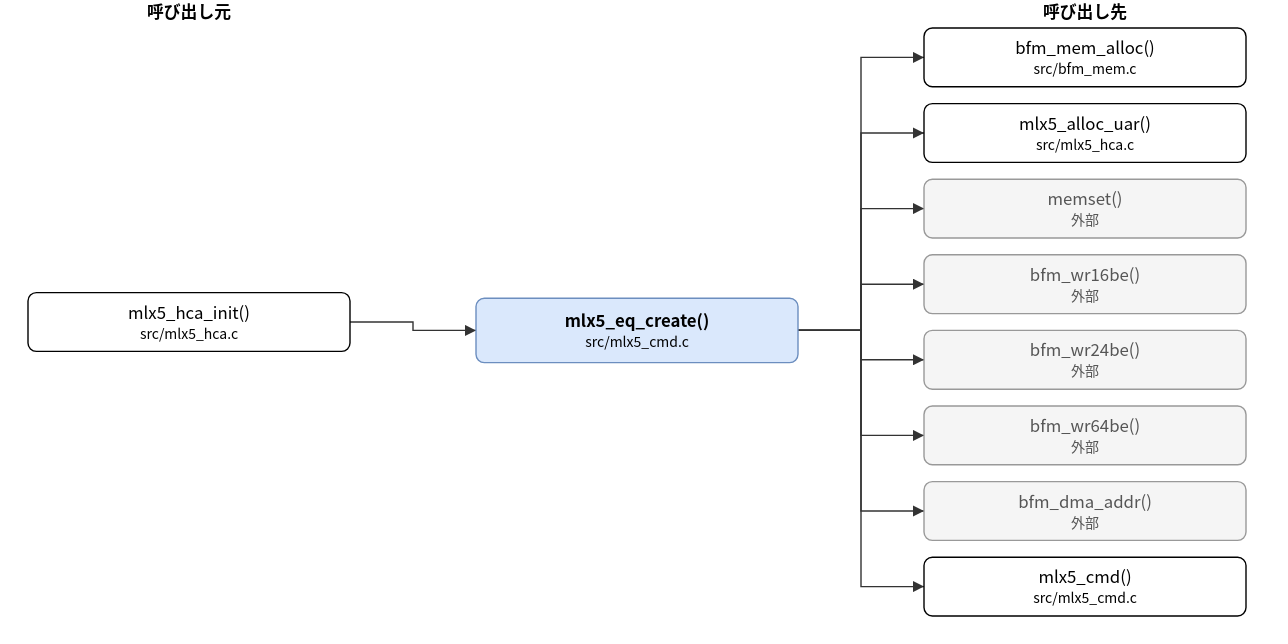
hf355051012-ai/bfmem keeps this draw.io diagram as doc/spec/images/call_src_mlx5_cmd-mlx5_eq_create.drawio.svg. Above is the earlier version. Source tidied: cells renumbered, new cells last; positions are measured from the earlier drawing's top-left corner, leaving out a move shared by most shapes. The source it was exported from:
```xml
<mxGraphModel>
  <root>
    <mxCell id="0" />
    <mxCell id="1" parent="0" />
    <mxCell id="2" value="mlx5_eq_create()&lt;br&gt;&lt;font style=&quot;font-size:10px&quot;&gt;src/mlx5_cmd.c&lt;/font&gt;" style="rounded=1;whiteSpace=wrap;html=1;fillColor=#dae8fc;strokeColor=#6c8ebf;fontStyle=1;" parent="1" vertex="1">
      <mxGeometry x="320" y="213" width="230" height="46" as="geometry" />
    </mxCell>
    <mxCell id="3" value="mlx5_hca_init()&lt;br&gt;&lt;font style=&quot;font-size:10px&quot;&gt;src/mlx5_hca.c&lt;/font&gt;" style="rounded=1;whiteSpace=wrap;html=1;" parent="1" vertex="1">
      <mxGeometry y="209" width="230" height="42" as="geometry" />
    </mxCell>
    <mxCell id="4" value="bfm_mem_alloc()&lt;br&gt;&lt;font style=&quot;font-size:10px&quot;&gt;src/bfm_mem.c&lt;/font&gt;" style="rounded=1;whiteSpace=wrap;html=1;" parent="1" vertex="1">
      <mxGeometry x="640" y="20" width="230" height="42" as="geometry" />
    </mxCell>
    <mxCell id="5" value="mlx5_alloc_uar()&lt;br&gt;&lt;font style=&quot;font-size:10px&quot;&gt;src/mlx5_hca.c&lt;/font&gt;" style="rounded=1;whiteSpace=wrap;html=1;" parent="1" vertex="1">
      <mxGeometry x="640" y="74" width="230" height="42" as="geometry" />
    </mxCell>
    <mxCell id="6" value="memset()&lt;br&gt;&lt;font style=&quot;font-size:10px&quot;&gt;外部&lt;/font&gt;" style="rounded=1;whiteSpace=wrap;html=1;fillColor=#f5f5f5;strokeColor=#999999;fontColor=#555555;" parent="1" vertex="1">
      <mxGeometry x="640" y="128" width="230" height="42" as="geometry" />
    </mxCell>
    <mxCell id="7" value="bfm_wr16be()&lt;br&gt;&lt;font style=&quot;font-size:10px&quot;&gt;外部&lt;/font&gt;" style="rounded=1;whiteSpace=wrap;html=1;fillColor=#f5f5f5;strokeColor=#999999;fontColor=#555555;" parent="1" vertex="1">
      <mxGeometry x="640" y="182" width="230" height="42" as="geometry" />
    </mxCell>
    <mxCell id="8" value="bfm_wr24be()&lt;br&gt;&lt;font style=&quot;font-size:10px&quot;&gt;外部&lt;/font&gt;" style="rounded=1;whiteSpace=wrap;html=1;fillColor=#f5f5f5;strokeColor=#999999;fontColor=#555555;" parent="1" vertex="1">
      <mxGeometry x="640" y="236" width="230" height="42" as="geometry" />
    </mxCell>
    <mxCell id="9" value="bfm_wr64be()&lt;br&gt;&lt;font style=&quot;font-size:10px&quot;&gt;外部&lt;/font&gt;" style="rounded=1;whiteSpace=wrap;html=1;fillColor=#f5f5f5;strokeColor=#999999;fontColor=#555555;" parent="1" vertex="1">
      <mxGeometry x="640" y="290" width="230" height="42" as="geometry" />
    </mxCell>
    <mxCell id="10" value="bfm_dma_addr()&lt;br&gt;&lt;font style=&quot;font-size:10px&quot;&gt;外部&lt;/font&gt;" style="rounded=1;whiteSpace=wrap;html=1;fillColor=#f5f5f5;strokeColor=#999999;fontColor=#555555;" parent="1" vertex="1">
      <mxGeometry x="640" y="344" width="230" height="42" as="geometry" />
    </mxCell>
    <mxCell id="11" value="mlx5_cmd()&lt;br&gt;&lt;font style=&quot;font-size:10px&quot;&gt;src/mlx5_cmd.c&lt;/font&gt;" style="rounded=1;whiteSpace=wrap;html=1;" parent="1" vertex="1">
      <mxGeometry x="640" y="398" width="230" height="42" as="geometry" />
    </mxCell>
    <mxCell id="12" style="edgeStyle=none;html=1;rounded=0;endArrow=block;endFill=1;exitX=1.0000;exitY=0.5000;exitDx=0;exitDy=0;exitPerimeter=0;entryX=0.0000;entryY=0.5000;entryDx=0;entryDy=0;entryPerimeter=0;" parent="1" edge="1" source="3" target="2">
      <mxGeometry relative="1" as="geometry">
        <Array as="points">
          <mxPoint x="275" y="230" />
          <mxPoint x="275" y="236" />
        </Array>
      </mxGeometry>
    </mxCell>
    <mxCell id="13" style="edgeStyle=none;html=1;rounded=0;endArrow=block;endFill=1;exitX=1.0000;exitY=0.5000;exitDx=0;exitDy=0;exitPerimeter=0;entryX=0.0000;entryY=0.5000;entryDx=0;entryDy=0;entryPerimeter=0;" parent="1" edge="1" source="2" target="4">
      <mxGeometry relative="1" as="geometry">
        <Array as="points">
          <mxPoint x="595" y="236" />
          <mxPoint x="595" y="41" />
        </Array>
      </mxGeometry>
    </mxCell>
    <mxCell id="14" style="edgeStyle=none;html=1;rounded=0;endArrow=block;endFill=1;exitX=1.0000;exitY=0.5000;exitDx=0;exitDy=0;exitPerimeter=0;entryX=0.0000;entryY=0.5000;entryDx=0;entryDy=0;entryPerimeter=0;" parent="1" edge="1" source="2" target="5">
      <mxGeometry relative="1" as="geometry">
        <Array as="points">
          <mxPoint x="595" y="236" />
          <mxPoint x="595" y="95" />
        </Array>
      </mxGeometry>
    </mxCell>
    <mxCell id="15" style="edgeStyle=none;html=1;rounded=0;endArrow=block;endFill=1;exitX=1.0000;exitY=0.5000;exitDx=0;exitDy=0;exitPerimeter=0;entryX=0.0000;entryY=0.5000;entryDx=0;entryDy=0;entryPerimeter=0;" parent="1" edge="1" source="2" target="6">
      <mxGeometry relative="1" as="geometry">
        <Array as="points">
          <mxPoint x="595" y="236" />
          <mxPoint x="595" y="149" />
        </Array>
      </mxGeometry>
    </mxCell>
    <mxCell id="16" style="edgeStyle=none;html=1;rounded=0;endArrow=block;endFill=1;exitX=1.0000;exitY=0.5000;exitDx=0;exitDy=0;exitPerimeter=0;entryX=0.0000;entryY=0.5000;entryDx=0;entryDy=0;entryPerimeter=0;" parent="1" edge="1" source="2" target="7">
      <mxGeometry relative="1" as="geometry">
        <Array as="points">
          <mxPoint x="595" y="236" />
          <mxPoint x="595" y="203" />
        </Array>
      </mxGeometry>
    </mxCell>
    <mxCell id="17" style="edgeStyle=none;html=1;rounded=0;endArrow=block;endFill=1;exitX=1.0000;exitY=0.5000;exitDx=0;exitDy=0;exitPerimeter=0;entryX=0.0000;entryY=0.5000;entryDx=0;entryDy=0;entryPerimeter=0;" parent="1" edge="1" source="2" target="8">
      <mxGeometry relative="1" as="geometry">
        <Array as="points">
          <mxPoint x="595" y="236" />
          <mxPoint x="595" y="257" />
        </Array>
      </mxGeometry>
    </mxCell>
    <mxCell id="18" style="edgeStyle=none;html=1;rounded=0;endArrow=block;endFill=1;exitX=1.0000;exitY=0.5000;exitDx=0;exitDy=0;exitPerimeter=0;entryX=0.0000;entryY=0.5000;entryDx=0;entryDy=0;entryPerimeter=0;" parent="1" edge="1" source="2" target="9">
      <mxGeometry relative="1" as="geometry">
        <Array as="points">
          <mxPoint x="595" y="236" />
          <mxPoint x="595" y="311" />
        </Array>
      </mxGeometry>
    </mxCell>
    <mxCell id="19" style="edgeStyle=none;html=1;rounded=0;endArrow=block;endFill=1;exitX=1.0000;exitY=0.5000;exitDx=0;exitDy=0;exitPerimeter=0;entryX=0.0000;entryY=0.5000;entryDx=0;entryDy=0;entryPerimeter=0;" parent="1" edge="1" source="2" target="10">
      <mxGeometry relative="1" as="geometry">
        <Array as="points">
          <mxPoint x="595" y="236" />
          <mxPoint x="595" y="365" />
        </Array>
      </mxGeometry>
    </mxCell>
    <mxCell id="20" style="edgeStyle=none;html=1;rounded=0;endArrow=block;endFill=1;exitX=1.0000;exitY=0.5000;exitDx=0;exitDy=0;exitPerimeter=0;entryX=0.0000;entryY=0.5000;entryDx=0;entryDy=0;entryPerimeter=0;" parent="1" edge="1" source="2" target="11">
      <mxGeometry relative="1" as="geometry">
        <Array as="points">
          <mxPoint x="595" y="236" />
          <mxPoint x="595" y="419" />
        </Array>
      </mxGeometry>
    </mxCell>
    <mxCell id="21" value="呼び出し元" style="text;html=1;align=center;fontStyle=1;" parent="1" vertex="1">
      <mxGeometry x="35" width="160" height="18" as="geometry" />
    </mxCell>
    <mxCell id="22" value="呼び出し先" style="text;html=1;align=center;fontStyle=1;" parent="1" vertex="1">
      <mxGeometry x="675" width="160" height="18" as="geometry" />
    </mxCell>
  </root>
</mxGraphModel>
```
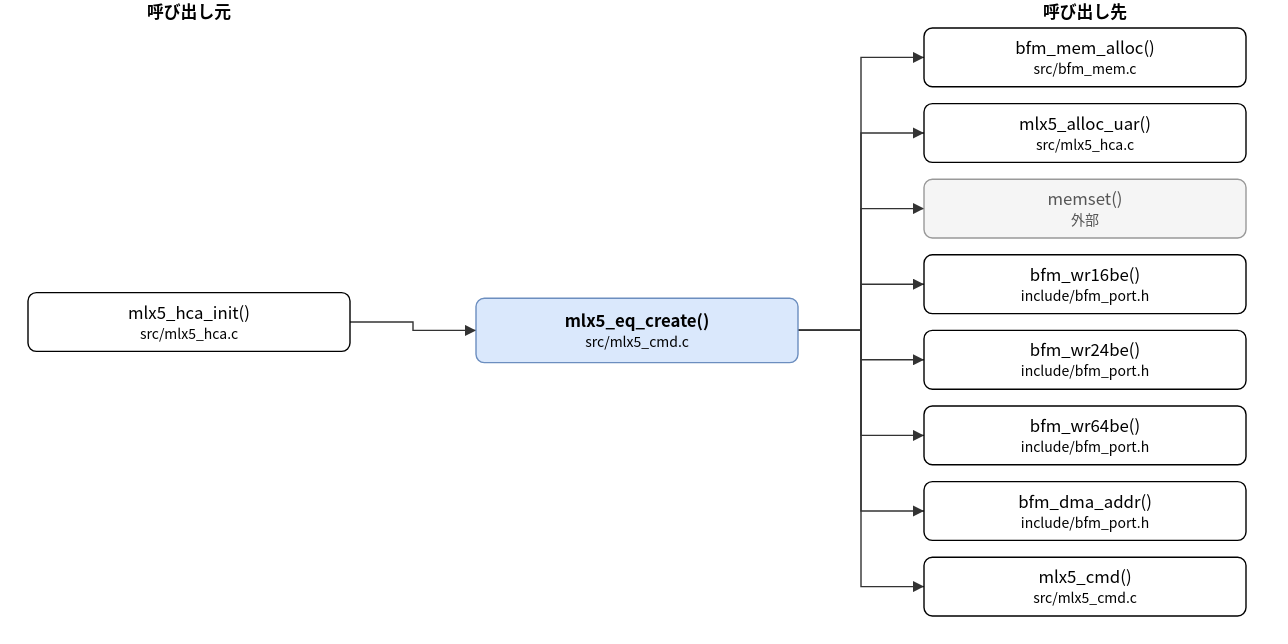
After the commit.

What changed in the source:
```diff
@@ -17,16 +17,16 @@
     <mxCell id="6" value="memset()&lt;br&gt;&lt;font style=&quot;font-size:10px&quot;&gt;外部&lt;/font&gt;" style="rounded=1;whiteSpace=wrap;html=1;fillColor=#f5f5f5;strokeColor=#999999;fontColor=#555555;" parent="1" vertex="1">
       <mxGeometry x="640" y="128" width="230" height="42" as="geometry" />
     </mxCell>
-    <mxCell id="7" value="bfm_wr16be()&lt;br&gt;&lt;font style=&quot;font-size:10px&quot;&gt;外部&lt;/font&gt;" style="rounded=1;whiteSpace=wrap;html=1;fillColor=#f5f5f5;strokeColor=#999999;fontColor=#555555;" parent="1" vertex="1">
+    <mxCell id="7" value="bfm_wr16be()&lt;br&gt;&lt;font style=&quot;font-size:10px&quot;&gt;include/bfm_port.h&lt;/font&gt;" style="rounded=1;whiteSpace=wrap;html=1;" parent="1" vertex="1">
       <mxGeometry x="640" y="182" width="230" height="42" as="geometry" />
     </mxCell>
-    <mxCell id="8" value="bfm_wr24be()&lt;br&gt;&lt;font style=&quot;font-size:10px&quot;&gt;外部&lt;/font&gt;" style="rounded=1;whiteSpace=wrap;html=1;fillColor=#f5f5f5;strokeColor=#999999;fontColor=#555555;" parent="1" vertex="1">
+    <mxCell id="8" value="bfm_wr24be()&lt;br&gt;&lt;font style=&quot;font-size:10px&quot;&gt;include/bfm_port.h&lt;/font&gt;" style="rounded=1;whiteSpace=wrap;html=1;" parent="1" vertex="1">
       <mxGeometry x="640" y="236" width="230" height="42" as="geometry" />
     </mxCell>
-    <mxCell id="9" value="bfm_wr64be()&lt;br&gt;&lt;font style=&quot;font-size:10px&quot;&gt;外部&lt;/font&gt;" style="rounded=1;whiteSpace=wrap;html=1;fillColor=#f5f5f5;strokeColor=#999999;fontColor=#555555;" parent="1" vertex="1">
+    <mxCell id="9" value="bfm_wr64be()&lt;br&gt;&lt;font style=&quot;font-size:10px&quot;&gt;include/bfm_port.h&lt;/font&gt;" style="rounded=1;whiteSpace=wrap;html=1;" parent="1" vertex="1">
       <mxGeometry x="640" y="290" width="230" height="42" as="geometry" />
     </mxCell>
-    <mxCell id="10" value="bfm_dma_addr()&lt;br&gt;&lt;font style=&quot;font-size:10px&quot;&gt;外部&lt;/font&gt;" style="rounded=1;whiteSpace=wrap;html=1;fillColor=#f5f5f5;strokeColor=#999999;fontColor=#555555;" parent="1" vertex="1">
+    <mxCell id="10" value="bfm_dma_addr()&lt;br&gt;&lt;font style=&quot;font-size:10px&quot;&gt;include/bfm_port.h&lt;/font&gt;" style="rounded=1;whiteSpace=wrap;html=1;" parent="1" vertex="1">
       <mxGeometry x="640" y="344" width="230" height="42" as="geometry" />
     </mxCell>
     <mxCell id="11" value="mlx5_cmd()&lt;br&gt;&lt;font style=&quot;font-size:10px&quot;&gt;src/mlx5_cmd.c&lt;/font&gt;" style="rounded=1;whiteSpace=wrap;html=1;" parent="1" vertex="1">
```
